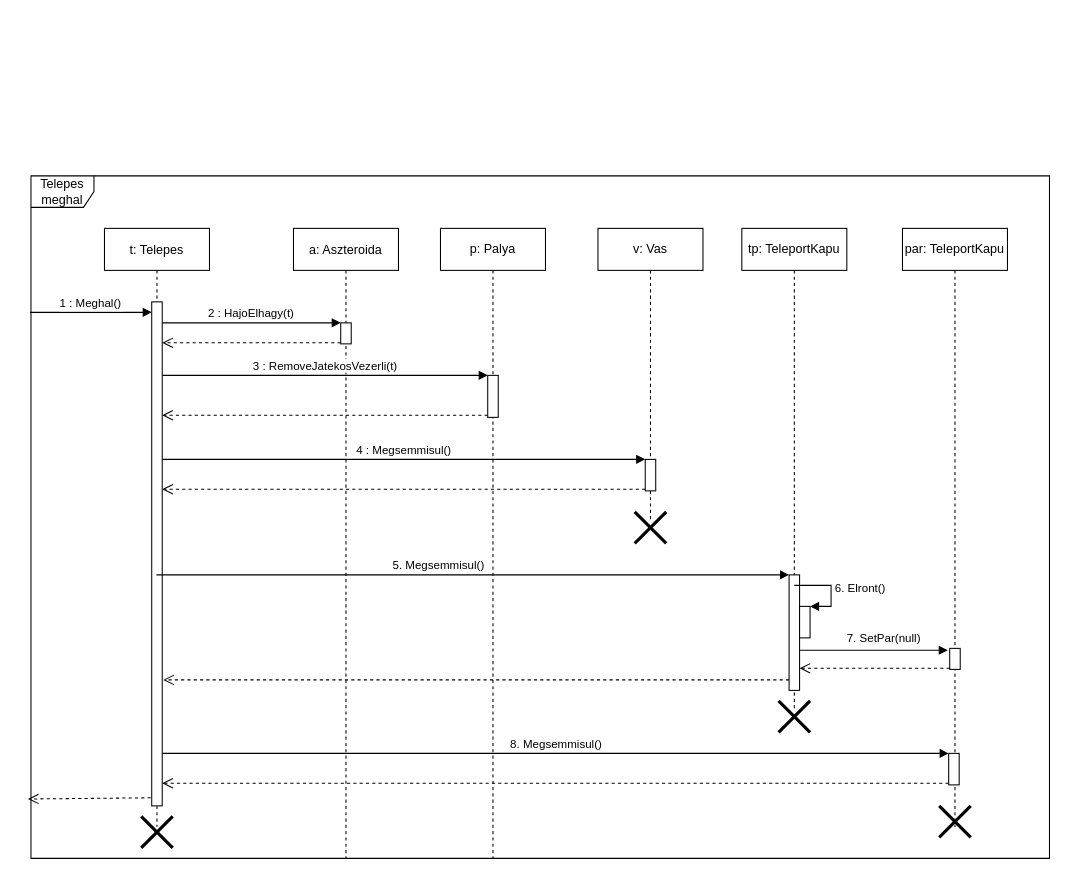
The draw.io diagram page "teleportkapu par rakterben" (2 of 3) of doc/szekvencia/4het_szek_telepesMeghal.drawio in torpeBoiGo/aszteroidabanyaszat, before the edit. Source tidied: cells renumbered, new cells numbered last; positions are measured from the earlier drawing's top-left corner, leaving out a move shared by most shapes. Both pictures are drawn from the tidied source at 105%, with x=0, y=0 at pixel (30, 175).
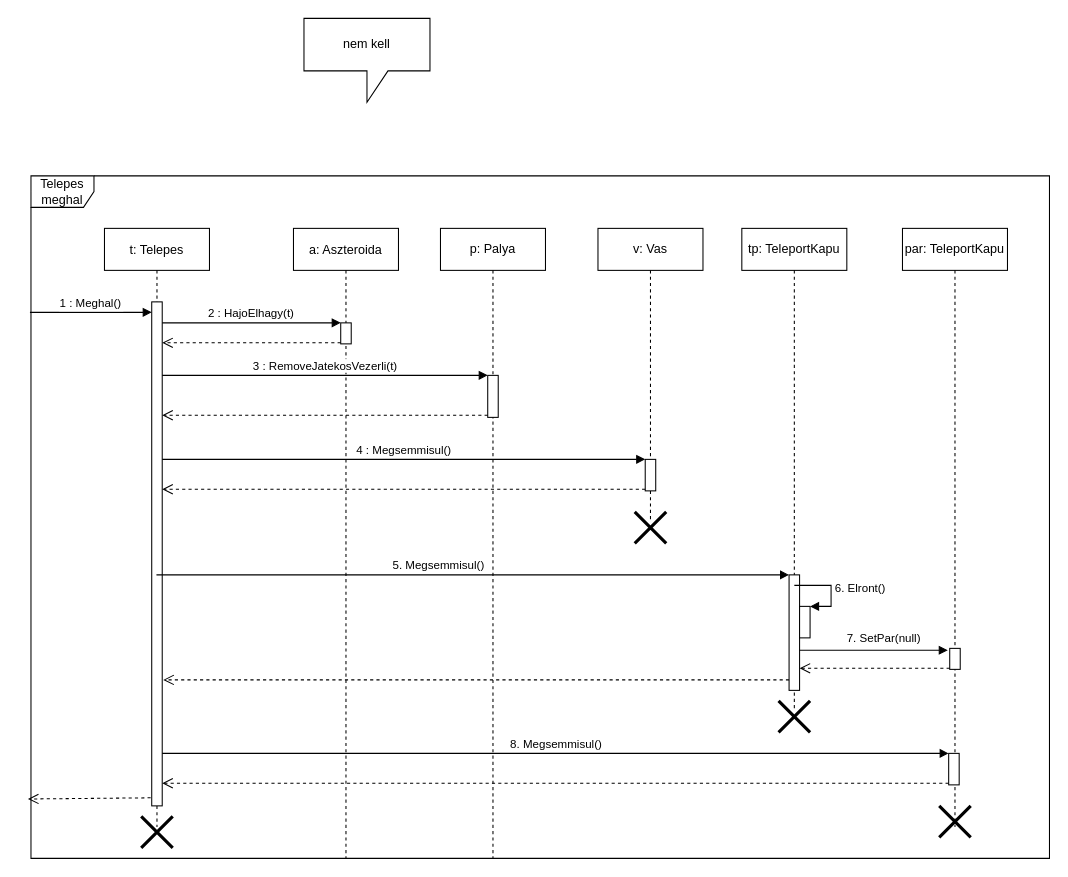
After the change.

Change to the diagram source:
```diff
@@
+    <mxCell id="36" value="nem kell" style="shape=callout;whiteSpace=wrap;html=1;perimeter=calloutPerimeter;" parent="1" vertex="1">
+      <mxGeometry x="260" y="-150" width="120" height="80" as="geometry" />
+    </mxCell>
```
